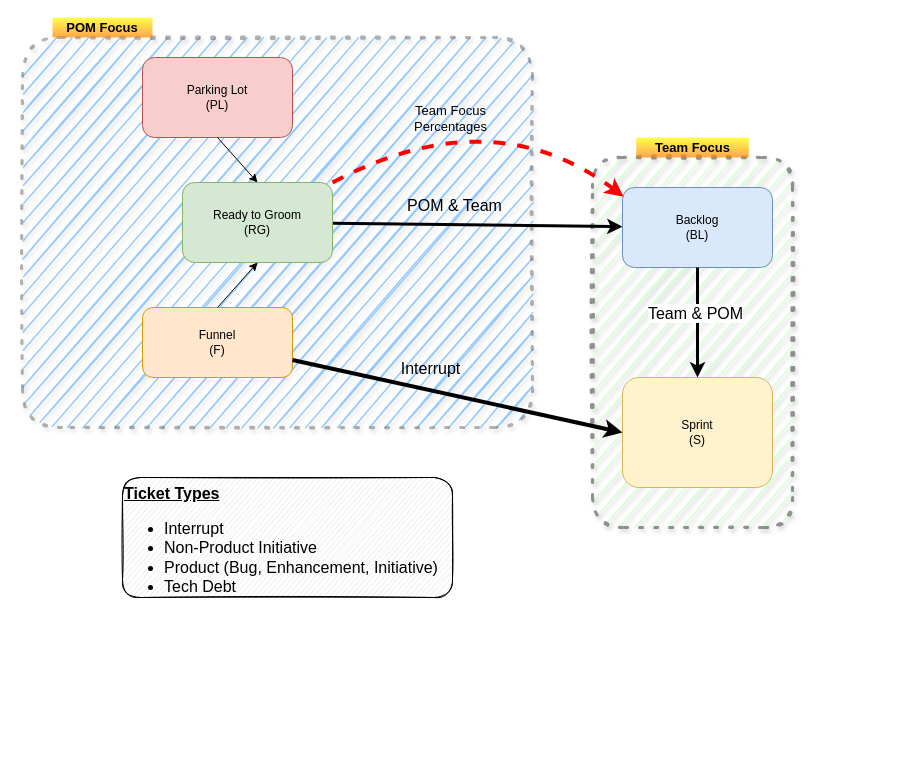
slmingol/diagram_assets keeps this draw.io diagram as architecture/Untitled Diagram.drawio. Above is the earlier version. Source tidied: cells renumbered, new cells numbered last; positions are measured from the earlier drawing's top-left corner, leaving out a move shared by most shapes. Both pictures are drawn from the tidied source at 100%, with x=0, y=0 at pixel (22, 17).
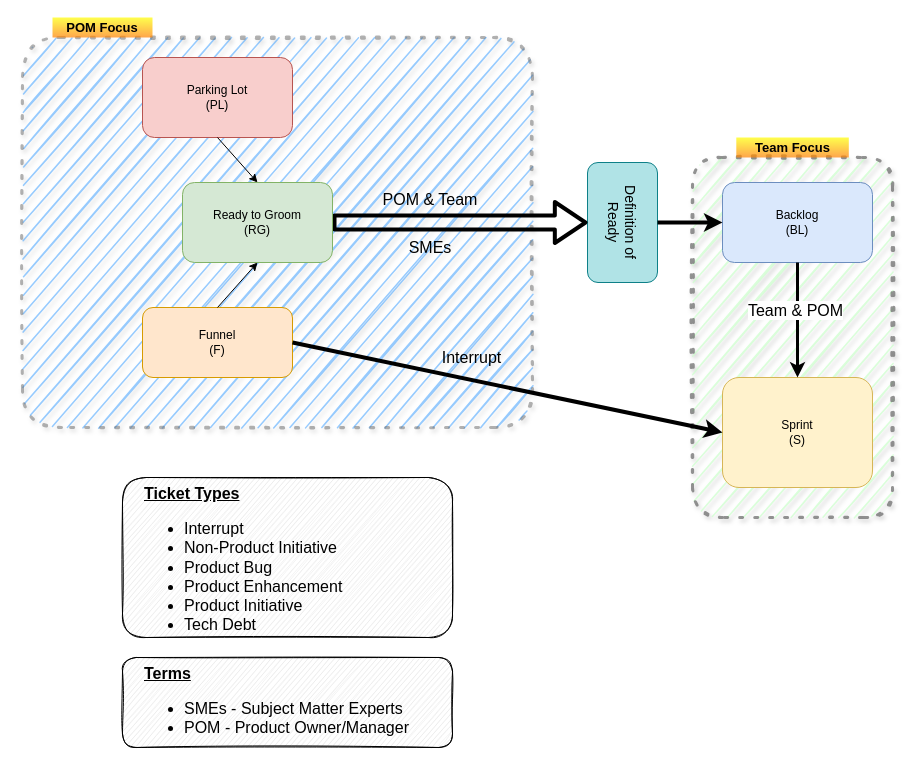
The same diagram, later.

Unchanged cells that the change refers to:
```xml
<mxCell id="5" value="Funnel&lt;br&gt;(F)" style="rounded=1;whiteSpace=wrap;html=1;fillColor=#ffe6cc;strokeColor=#d79b00;" parent="1" vertex="1">
  <mxGeometry x="120" y="290" width="150" height="70" as="geometry" />
</mxCell>
```

The edit, as a diff of the source:
```diff
@@
     <mxCell id="2" style="rounded=1;whiteSpace=wrap;html=1;fontSize=16;align=left;dashed=1;dashPattern=1 4;strokeWidth=3;strokeColor=#666666;fontColor=#333333;shadow=1;glass=0;sketch=1;opacity=70;fillColor=#CCFFCC;" parent="1" vertex="1">
-      <mxGeometry x="570" y="140" width="200" height="370" as="geometry" />
+      <mxGeometry x="670" y="140" width="200" height="360" as="geometry" />
     </mxCell>
@@
-    <mxCell id="6" style="rounded=0;jettySize=auto;html=1;strokeWidth=3;" parent="1" edge="1" source="8" target="11">
-      <mxGeometry relative="1" as="geometry" />
-    </mxCell>
-    <mxCell id="7" value="POM &amp;amp; Team" style="edgeLabel;html=1;align=center;verticalAlign=middle;fontSize=16;labelBackgroundColor=none;" parent="6" vertex="1">
-      <mxGeometry x="-0.25" y="-2" relative="1" as="geometry">
-        <mxPoint x="13" y="-22" as="offset" />
-      </mxGeometry>
-    </mxCell>
-    <mxCell id="8" value="Ready to Groom&lt;br&gt;(RG)" style="rounded=1;whiteSpace=wrap;html=1;fillColor=#d5e8d4;strokeColor=#82b366;" parent="1" vertex="1">
-      <mxGeometry x="160" y="165" width="150" height="80" as="geometry" />
-    </mxCell>
@@
     <mxCell id="11" value="Backlog&lt;br&gt;(BL)" style="rounded=1;whiteSpace=wrap;html=1;fillColor=#dae8fc;strokeColor=#6c8ebf;" parent="1" vertex="1">
-      <mxGeometry x="600" y="170" width="150" height="80" as="geometry" />
+      <mxGeometry x="700" y="165" width="150" height="80" as="geometry" />
     </mxCell>
     <mxCell id="12" value="Sprint&lt;br&gt;(S)" style="rounded=1;whiteSpace=wrap;html=1;fillColor=#fff2cc;strokeColor=#d6b656;" parent="1" vertex="1">
-      <mxGeometry x="600" y="360" width="150" height="110" as="geometry" />
+      <mxGeometry x="700" y="360" width="150" height="110" as="geometry" />
     </mxCell>
-    <mxCell id="13" style="endArrow=classic;html=1;entryX=0;entryY=0.5;entryDx=0;entryDy=0;exitX=1;exitY=0.75;exitDx=0;exitDy=0;strokeWidth=4;" parent="1" edge="1" source="5" target="12">
+    <mxCell id="13" style="endArrow=classic;html=1;entryX=0;entryY=0.5;entryDx=0;entryDy=0;exitX=1;exitY=0.5;exitDx=0;exitDy=0;strokeWidth=4;" parent="1" edge="1" source="5" target="12">
       <mxGeometry relative="1" as="geometry" />
     </mxCell>
@@
     <mxCell id="15" style="endArrow=classic;html=1;exitX=0.5;exitY=1;exitDx=0;exitDy=0;strokeWidth=3;" parent="1" edge="1" source="11">
       <mxGeometry relative="1" as="geometry">
-        <mxPoint x="675" y="360" as="targetPoint" />
+        <mxPoint x="775" y="360" as="targetPoint" />
       </mxGeometry>
     </mxCell>
@@
-    <mxCell id="17" value="&lt;b&gt;&lt;u&gt;Ticket Types&lt;br&gt;&lt;/u&gt;&lt;/b&gt;&lt;ul&gt;&lt;li&gt;Interrupt&lt;/li&gt;&lt;li&gt;&lt;span&gt;Non-Product Initiative&lt;/span&gt;&lt;br&gt;&lt;/li&gt;&lt;li&gt;Product (Bug, Enhancement, Initiative)&lt;/li&gt;&lt;li&gt;Tech Debt&lt;br&gt;&lt;/li&gt;&lt;/ul&gt;" style="text;html=1;align=left;verticalAlign=top;whiteSpace=wrap;rounded=1;fontSize=16;strokeColor=#000000;strokeWidth=1;shadow=0;sketch=1;fillColor=#E6E6E6;" parent="1" vertex="1">
-      <mxGeometry x="100" y="460" width="330" height="120" as="geometry" />
+    <mxCell id="17" value="&lt;b&gt;&lt;u&gt;Ticket Types&lt;br&gt;&lt;/u&gt;&lt;/b&gt;&lt;ul&gt;&lt;li&gt;Interrupt&lt;/li&gt;&lt;li&gt;&lt;span&gt;Non-Product Initiative&lt;/span&gt;&lt;br&gt;&lt;/li&gt;&lt;li&gt;Product Bug&lt;/li&gt;&lt;li&gt;Product Enhancement&lt;/li&gt;&lt;li&gt;Product Initiative&lt;/li&gt;&lt;li&gt;Tech Debt&lt;br&gt;&lt;/li&gt;&lt;/ul&gt;" style="text;html=1;align=left;verticalAlign=top;whiteSpace=wrap;rounded=1;fontSize=16;strokeColor=#000000;strokeWidth=1;shadow=0;sketch=1;fillColor=#E6E6E6;spacingLeft=20;" parent="1" vertex="1">
+      <mxGeometry x="100" y="460" width="330" height="160" as="geometry" />
     </mxCell>
@@
     <mxCell id="19" value="Team Focus" style="text;html=1;align=center;verticalAlign=middle;whiteSpace=wrap;rounded=0;dashed=1;fontSize=13;gradientColor=#FF8000;fillColor=#FFFF00;opacity=70;fontStyle=1;" parent="1" vertex="1">
-      <mxGeometry x="613.8" y="120" width="112.5" height="20" as="geometry" />
+      <mxGeometry x="713.8" y="120" width="112.5" height="20" as="geometry" />
     </mxCell>
-    <mxCell id="20" style="endArrow=classic;html=1;entryX=0.007;entryY=0.114;entryDx=0;entryDy=0;entryPerimeter=0;curved=1;strokeWidth=4;dashed=1;exitX=1;exitY=0;exitDx=0;exitDy=0;strokeColor=#FF0000;" parent="1" edge="1" source="8" target="11">
-      <mxGeometry relative="1" as="geometry">
-        <Array as="points">
-          <mxPoint x="470" y="80" />
-        </Array>
-      </mxGeometry>
-    </mxCell>
-    <mxCell id="21" value="&lt;font style=&quot;font-size: 13px&quot;&gt;Team Focus &lt;br&gt;Percentages&lt;/font&gt;" style="edgeLabel;html=1;align=center;verticalAlign=middle;labelBackgroundColor=none;" parent="20" vertex="1">
-      <mxGeometry x="-0.38" y="-17" relative="1" as="geometry">
-        <mxPoint x="15" y="-29.1" as="offset" />
-      </mxGeometry>
-    </mxCell>
+    <mxCell id="22" value="&lt;span&gt;&lt;font style=&quot;font-size: 14px&quot;&gt;Definition of Ready&lt;/font&gt;&lt;/span&gt;" style="rounded=1;whiteSpace=wrap;html=1;fillColor=#b0e3e6;rotation=90;strokeColor=#0e8088;" parent="1" vertex="1">
+      <mxGeometry x="540" y="170" width="120" height="70" as="geometry" />
+    </mxCell>
+    <mxCell id="23" style="shape=flexArrow;endArrow=classic;html=1;strokeWidth=4;entryX=0.5;entryY=1;entryDx=0;entryDy=0;endWidth=23;endSize=8.89;width=11;" parent="1" edge="1" target="22">
+      <mxGeometry relative="1" as="geometry">
+        <mxPoint x="310" y="205" as="sourcePoint" />
+      </mxGeometry>
+    </mxCell>
+    <mxCell id="24" style="endArrow=classic;html=1;strokeWidth=4;entryX=0;entryY=0.5;entryDx=0;entryDy=0;exitX=0.5;exitY=0;exitDx=0;exitDy=0;" parent="1" edge="1" source="22" target="11">
+      <mxGeometry relative="1" as="geometry" />
+    </mxCell>
+    <mxCell id="8" value="Ready to Groom&lt;br&gt;(RG)" style="rounded=1;whiteSpace=wrap;html=1;fillColor=#d5e8d4;strokeColor=#82b366;" parent="1" vertex="1">
+      <mxGeometry x="160" y="165" width="150" height="80" as="geometry" />
+    </mxCell>
+    <mxCell id="7" value="POM &amp;amp; Team" style="text;html=1;strokeColor=none;fillColor=none;align=center;verticalAlign=middle;whiteSpace=wrap;rounded=0;fontSize=16;" parent="1" vertex="1">
+      <mxGeometry x="353" y="172" width="110" height="20" as="geometry" />
+    </mxCell>
+    <mxCell id="25" value="SMEs" style="text;html=1;strokeColor=none;fillColor=none;align=center;verticalAlign=middle;whiteSpace=wrap;rounded=0;fontSize=16;" parent="1" vertex="1">
+      <mxGeometry x="353" y="220" width="110" height="20" as="geometry" />
+    </mxCell>
+    <mxCell id="26" value="&lt;b&gt;&lt;u&gt;Terms&lt;br&gt;&lt;/u&gt;&lt;/b&gt;&lt;ul&gt;&lt;li&gt;SMEs - Subject Matter Experts&lt;/li&gt;&lt;li&gt;POM - Product Owner/Manager&lt;/li&gt;&lt;/ul&gt;" style="text;html=1;align=left;verticalAlign=top;whiteSpace=wrap;rounded=1;fontSize=16;strokeColor=#000000;strokeWidth=1;shadow=0;sketch=1;fillColor=#E6E6E6;spacingLeft=20;" parent="1" vertex="1">
+      <mxGeometry x="100" y="640" width="330" height="90" as="geometry" />
+    </mxCell>
```
